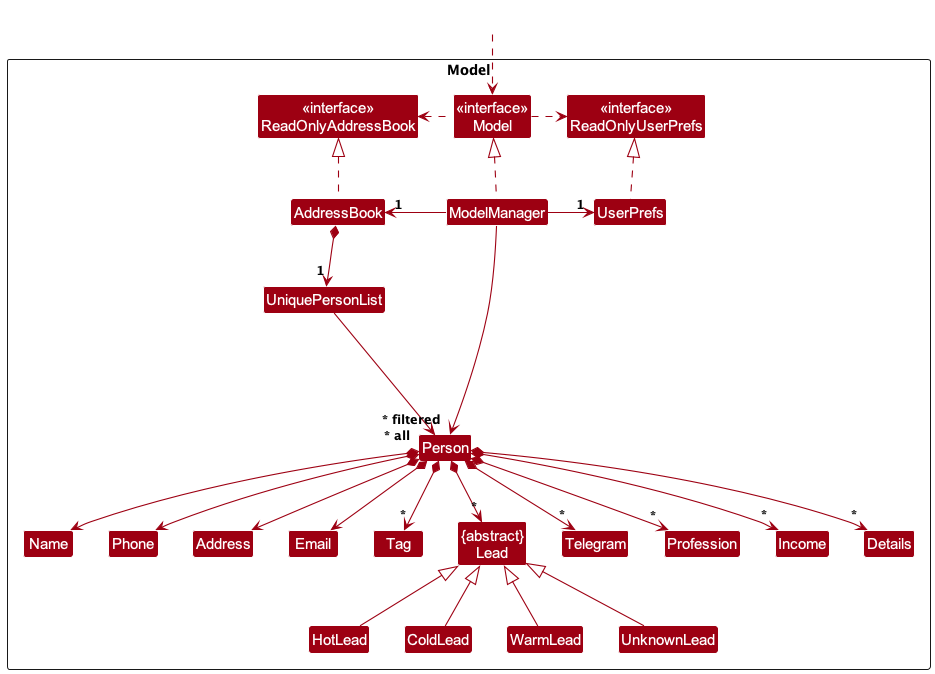
nus-cs2103-AY2324S1/tp keeps this PlantUML diagram as docs/images/ModelClassDiagram.png. Above is the earlier version.
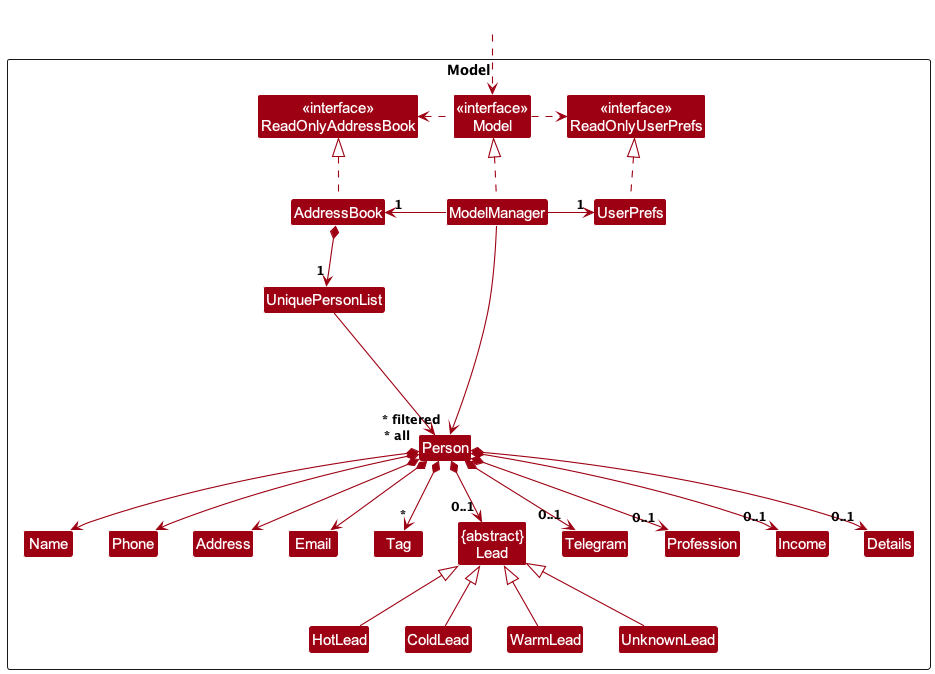
Later version of the same file.

Commit message:
Fix multiplcities for optional fields

The edit, as a diff of the source:
```diff
@@ -51,11 +51,11 @@
 Person *--> Email
 Person *--> Address
 Person *--> "*" Tag
-Person *--> "*" Lead
-Person *--> "*" Telegram
-Person *--> "*" Profession
-Person *--> "*" Income
-Person *--> "*" Details
+Person *--> "0..1" Lead
+Person *--> "0..1" Telegram
+Person *--> "0..1" Profession
+Person *--> "0..1" Income
+Person *--> "0..1" Details
 
 Person -[hidden]up--> I
 UniquePersonList -[hidden]right-> I
```
